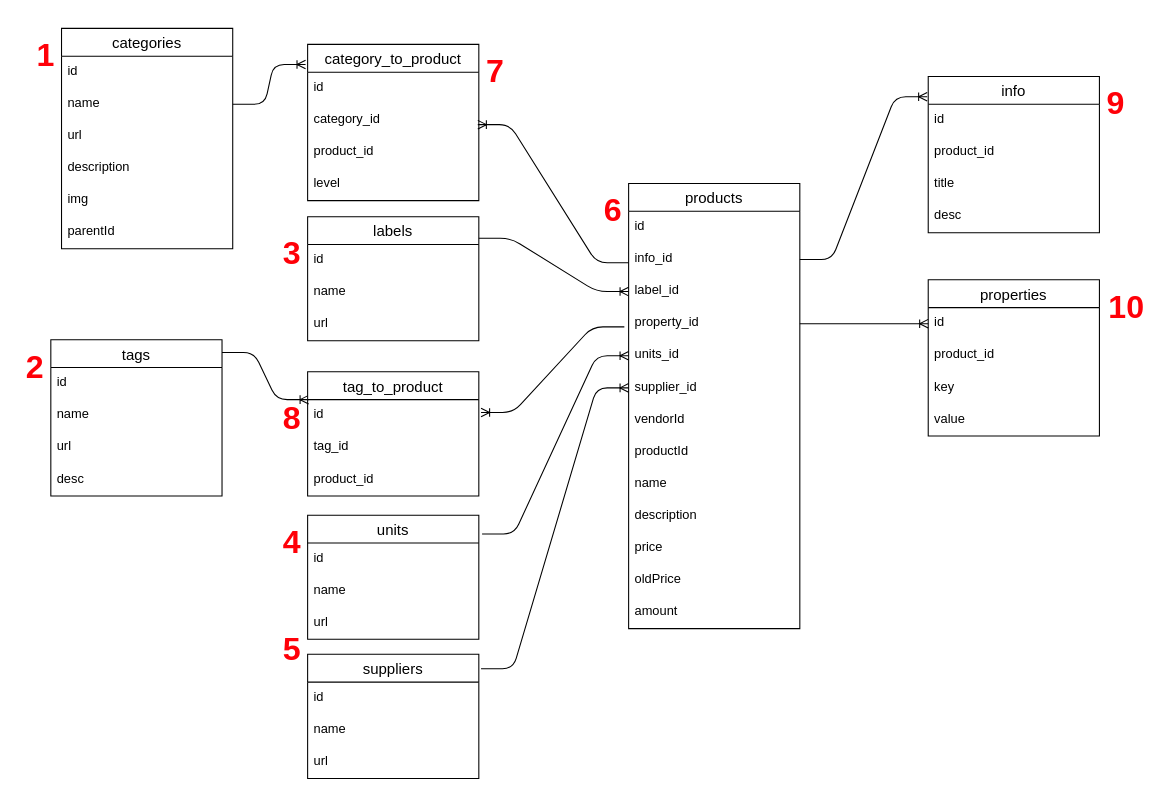
Before: src/db/model/PERN-PostgresSQL-Sheme.drawio in AndrewDrewDev/PERN-Backend-eCommerce, a draw.io diagram. Source tidied: cells renumbered, new cells numbered last; positions are measured from the earlier drawing's top-left corner, leaving out a move shared by most shapes. Both pictures are drawn from the tidied source at 107%, with x=0, y=0 at pixel (18, 28).
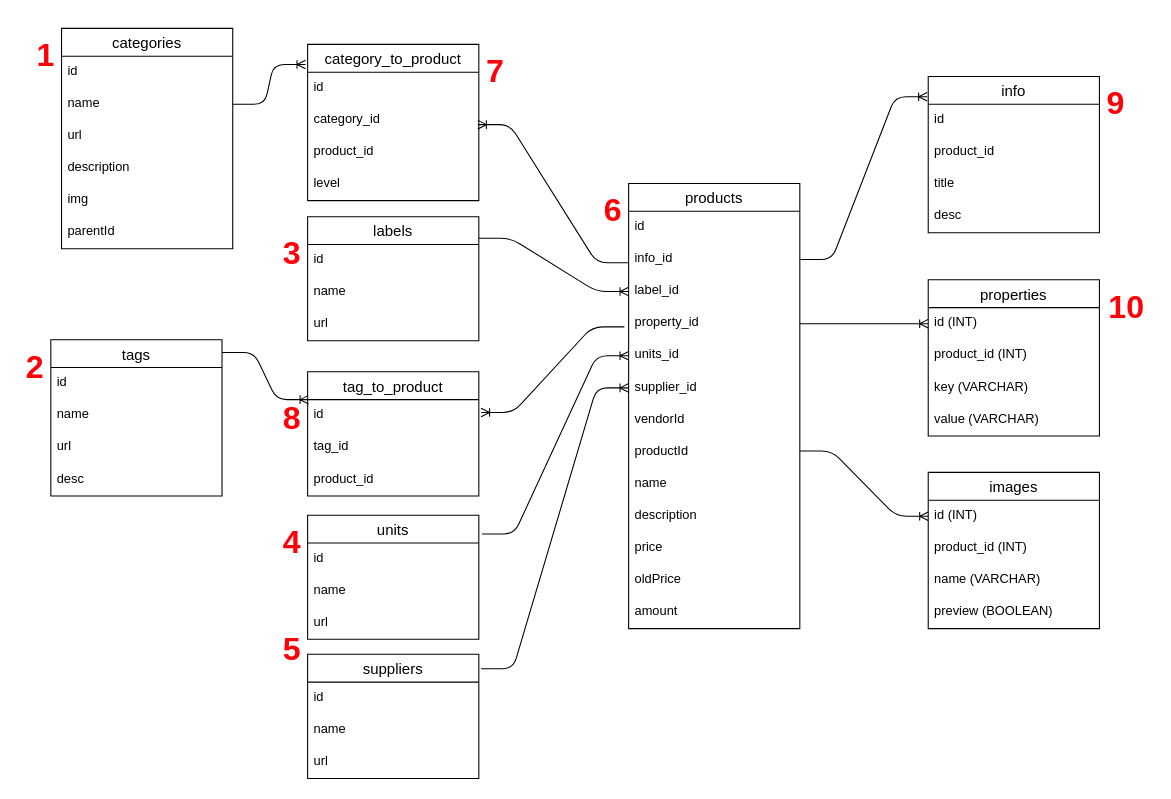
After the change.

Unchanged cells that the change refers to:
```xml
<mxCell id="40" value="properties" style="swimlane;fontStyle=0;horizontal=1;startSize=26;align=center;fontSize=14;" parent="1" vertex="1">
  <mxGeometry x="850" y="235" width="160" height="146" as="geometry" />
</mxCell>
```

Change to the diagram source:
```diff
@@
-    <mxCell id="41" value="id" style="text;strokeColor=none;fillColor=none;spacingLeft=4;spacingRight=4;overflow=hidden;points=[[0,0.5],[1,0.5]];portConstraint=eastwest;fontSize=12;" parent="40" vertex="1">
+    <mxCell id="41" value="id (INT)" style="text;strokeColor=none;fillColor=none;spacingLeft=4;spacingRight=4;overflow=hidden;points=[[0,0.5],[1,0.5]];portConstraint=eastwest;fontSize=12;" parent="40" vertex="1">
       <mxGeometry y="26" width="160" height="30" as="geometry" />
     </mxCell>
-    <mxCell id="42" value="product_id&#10;" style="text;strokeColor=none;fillColor=none;spacingLeft=4;spacingRight=4;overflow=hidden;fontSize=12;" parent="40" vertex="1">
+    <mxCell id="42" value="product_id (INT)&#10;" style="text;strokeColor=none;fillColor=none;spacingLeft=4;spacingRight=4;overflow=hidden;fontSize=12;" parent="40" vertex="1">
       <mxGeometry y="56" width="160" height="30" as="geometry" />
     </mxCell>
-    <mxCell id="43" value="key" style="text;strokeColor=none;fillColor=none;spacingLeft=4;spacingRight=4;overflow=hidden;fontSize=12;" parent="40" vertex="1">
+    <mxCell id="43" value="key (VARCHAR)" style="text;strokeColor=none;fillColor=none;spacingLeft=4;spacingRight=4;overflow=hidden;fontSize=12;" parent="40" vertex="1">
       <mxGeometry y="86" width="160" height="30" as="geometry" />
     </mxCell>
-    <mxCell id="44" value="value" style="text;strokeColor=none;fillColor=none;spacingLeft=4;spacingRight=4;overflow=hidden;fontSize=12;" parent="40" vertex="1">
+    <mxCell id="44" value="value (VARCHAR)" style="text;strokeColor=none;fillColor=none;spacingLeft=4;spacingRight=4;overflow=hidden;fontSize=12;" parent="40" vertex="1">
       <mxGeometry y="116" width="160" height="30" as="geometry" />
     </mxCell>
@@
+    <mxCell id="78" value="images" style="swimlane;fontStyle=0;horizontal=1;startSize=26;align=center;fontSize=14;" parent="1" vertex="1">
+      <mxGeometry x="850" y="415" width="160" height="146" as="geometry" />
+    </mxCell>
+    <mxCell id="79" value="id (INT)" style="text;strokeColor=none;fillColor=none;spacingLeft=4;spacingRight=4;overflow=hidden;points=[[0,0.5],[1,0.5]];portConstraint=eastwest;fontSize=12;" parent="78" vertex="1">
+      <mxGeometry y="26" width="160" height="30" as="geometry" />
+    </mxCell>
+    <mxCell id="80" value="product_id (INT)&#10;" style="text;strokeColor=none;fillColor=none;spacingLeft=4;spacingRight=4;overflow=hidden;fontSize=12;" parent="78" vertex="1">
+      <mxGeometry y="56" width="160" height="30" as="geometry" />
+    </mxCell>
+    <mxCell id="81" value="name (VARCHAR)" style="text;strokeColor=none;fillColor=none;spacingLeft=4;spacingRight=4;overflow=hidden;fontSize=12;" parent="78" vertex="1">
+      <mxGeometry y="86" width="160" height="30" as="geometry" />
+    </mxCell>
+    <mxCell id="82" value="preview (BOOLEAN)" style="text;strokeColor=none;fillColor=none;spacingLeft=4;spacingRight=4;overflow=hidden;fontSize=12;" parent="78" vertex="1">
+      <mxGeometry y="116" width="160" height="30" as="geometry" />
+    </mxCell>
+    <mxCell id="83" style="edgeStyle=entityRelationEdgeStyle;fontSize=12;html=1;endArrow=ERoneToMany;entryX=0;entryY=0.5;entryDx=0;entryDy=0;exitX=1;exitY=0.5;exitDx=0;exitDy=0;" parent="1" edge="1" target="79">
+      <mxGeometry relative="1" as="geometry">
+        <mxPoint x="730" y="395" as="sourcePoint" />
+      </mxGeometry>
+    </mxCell>
```
